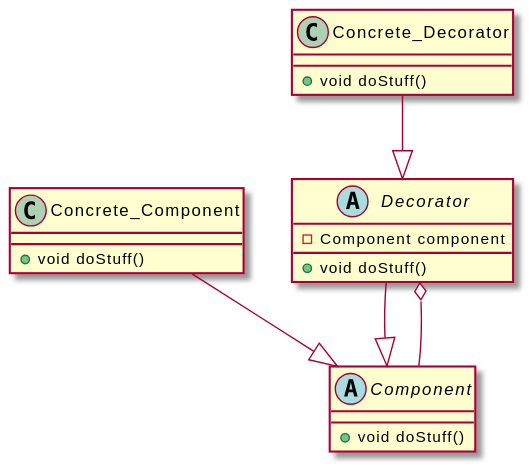
Earlier version of the PlantUML export images/design_patterns/class_decorator.svg (2DGD-F0TH/2DGD_F0TH). Source of this version:
```plantuml
@startuml
abstract class Component{
    +void doStuff()
}

class Concrete_Component{
    +void doStuff()
}

abstract class Decorator{
    -Component component
    +void doStuff()
}

class Concrete_Decorator{
    +void doStuff()
}

Decorator --|> Component
Concrete_Component --|> Component
Concrete_Decorator --|> Decorator
Decorator o-- Component
@enduml
```
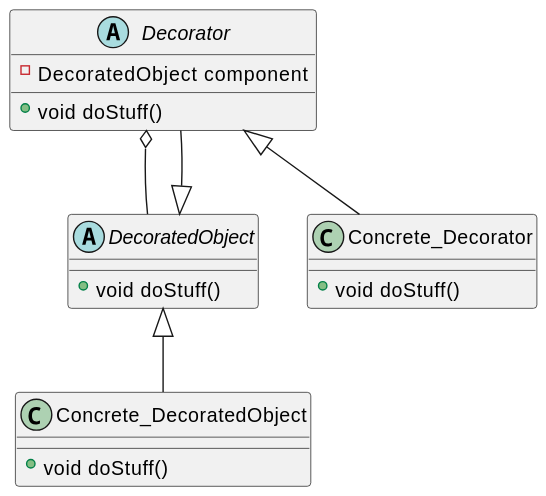
The same diagram one commit later.

Diff of the diagram source:
```diff
@@ -1,14 +1,14 @@
 @startuml
-abstract class Component{
+abstract class DecoratedObject{
     +void doStuff()
 }
 
-class Concrete_Component{
+class Concrete_DecoratedObject{
     +void doStuff()
 }
 
 abstract class Decorator{
-    -Component component
+    -DecoratedObject component
     +void doStuff()
 }
 
@@ -16,8 +16,8 @@
     +void doStuff()
 }
 
-Decorator --|> Component
-Concrete_Component --|> Component
-Concrete_Decorator --|> Decorator
-Decorator o-- Component
+Decorator -up-|> DecoratedObject
+Concrete_DecoratedObject -up-|> DecoratedObject
+Concrete_Decorator -up-|> Decorator
+Decorator o-- DecoratedObject
 @enduml
```
